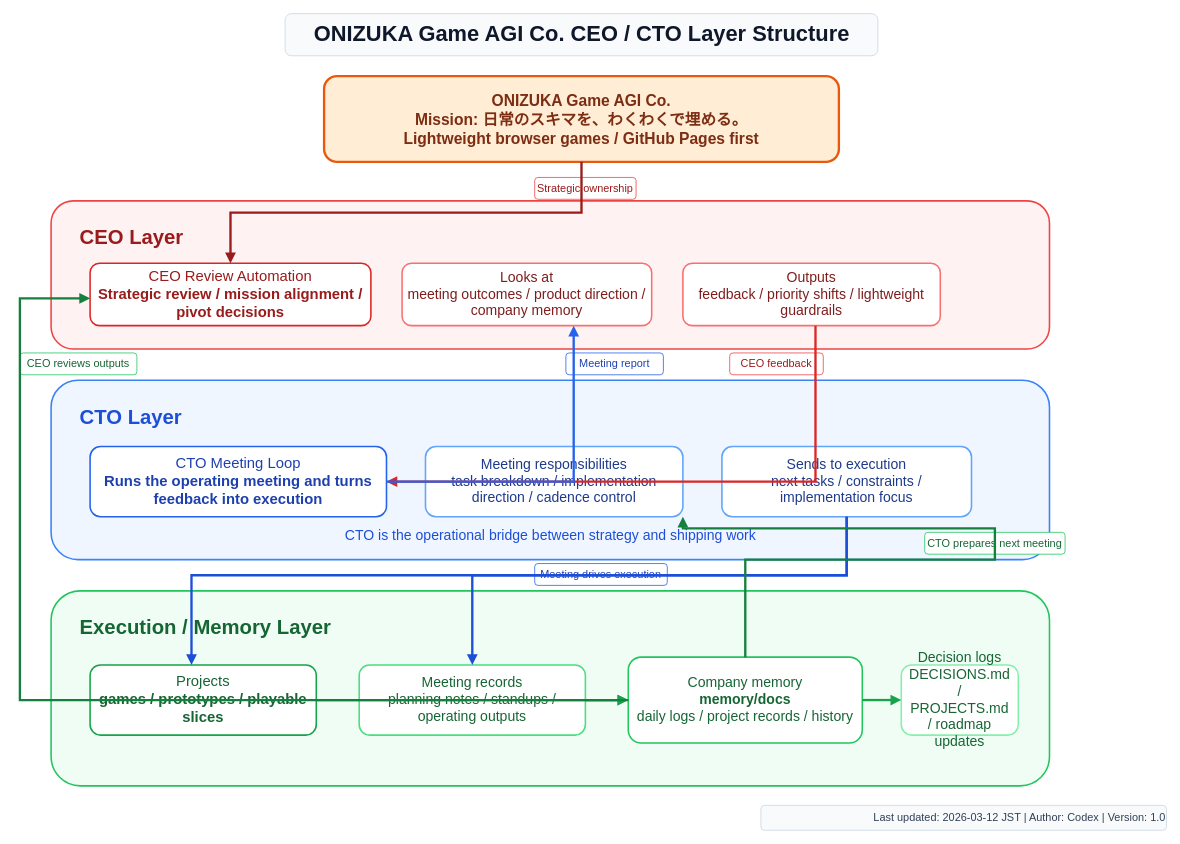
The draw.io diagram docs/onizuka-game-agi-company-layers.drawio in onizuka-agi-co/onizuka-game-agi-co, before the edit. Source tidied: cells renumbered, new cells numbered last; positions are measured from the earlier drawing's top-left corner, leaving out a move shared by most shapes. Both pictures are drawn from the tidied source at 78%, with x=0, y=0 at pixel (20, 13).
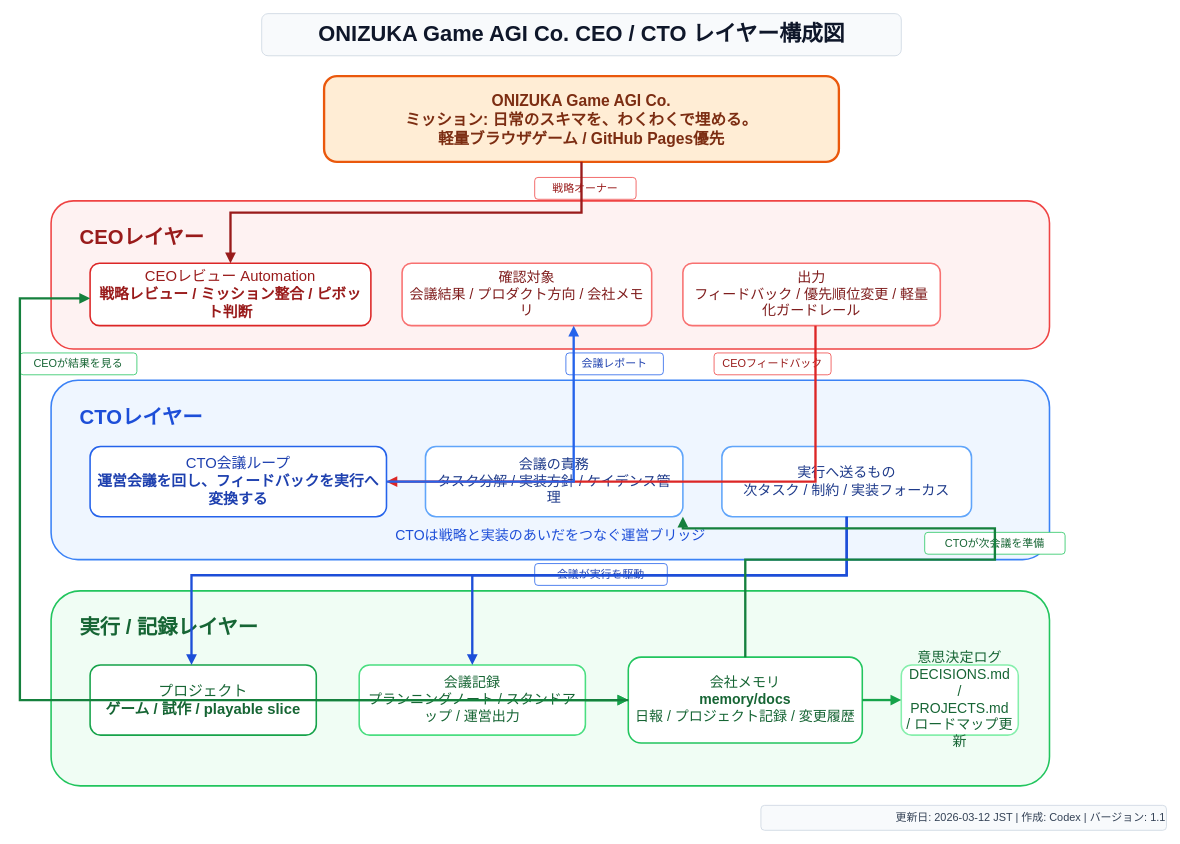
After the change.

Commit message (it also covers changes not shown here):
🧪 Add SVG overlap checker for company diagram

Change to the diagram source:
```diff
@@
     <mxCell id="2" style="rounded=1;whiteSpace=wrap;html=1;fillColor=#f8fafc;strokeColor=#cbd5e1;strokeWidth=1;" parent="1" vertex="1">
-      <mxGeometry x="340" width="760" height="54" as="geometry" />
+      <mxGeometry x="310" width="820" height="54" as="geometry" />
     </mxCell>
-    <mxCell id="3" value="ONIZUKA Game AGI Co. CEO / CTO Layer Structure" style="text;html=1;strokeColor=none;fillColor=none;align=center;verticalAlign=middle;fontSize=28;fontStyle=1;fontFamily=Noto Sans JP;fontColor=#0f172a;" parent="1" vertex="1">
-      <mxGeometry x="310" y="6" width="820" height="40" as="geometry" />
+    <mxCell id="3" value="ONIZUKA Game AGI Co. CEO / CTO レイヤー構成図" style="text;html=1;strokeColor=none;fillColor=none;align=center;verticalAlign=middle;fontSize=28;fontStyle=1;fontFamily=Noto Sans JP;fontColor=#0f172a;" parent="1" vertex="1">
+      <mxGeometry x="270" y="6" width="900" height="40" as="geometry" />
     </mxCell>
-    <mxCell id="4" value="&lt;b&gt;ONIZUKA Game AGI Co.&lt;/b&gt;&lt;br&gt;Mission: 日常のスキマを、わくわくで埋める。&lt;br&gt;Lightweight browser games / GitHub Pages first" style="rounded=1;whiteSpace=wrap;html=1;fillColor=#ffedd5;strokeColor=#ea580c;strokeWidth=3;fontSize=20;fontStyle=1;fontFamily=Noto Sans JP;fontColor=#7c2d12;align=center;verticalAlign=middle;spacing=10;" parent="1" vertex="1">
+    <mxCell id="4" value="&lt;b&gt;ONIZUKA Game AGI Co.&lt;/b&gt;&lt;br&gt;ミッション: 日常のスキマを、わくわくで埋める。&lt;br&gt;軽量ブラウザゲーム / GitHub Pages優先" style="rounded=1;whiteSpace=wrap;html=1;fillColor=#ffedd5;strokeColor=#ea580c;strokeWidth=3;fontSize=20;fontStyle=1;fontFamily=Noto Sans JP;fontColor=#7c2d12;align=center;verticalAlign=middle;spacing=10;" parent="1" vertex="1">
       <mxGeometry x="390" y="80" width="660" height="110" as="geometry" />
     </mxCell>
@@
-    <mxCell id="6" value="CEO Layer" style="text;html=1;strokeColor=none;fillColor=none;align=left;verticalAlign=middle;fontSize=26;fontStyle=1;fontFamily=Noto Sans JP;fontColor=#991b1b;" parent="1" vertex="1">
+    <mxCell id="6" value="CEOレイヤー" style="text;html=1;strokeColor=none;fillColor=none;align=left;verticalAlign=middle;fontSize=26;fontStyle=1;fontFamily=Noto Sans JP;fontColor=#991b1b;" parent="1" vertex="1">
       <mxGeometry x="75" y="270" width="260" height="34" as="geometry" />
     </mxCell>
-    <mxCell id="7" value="CEO Review Automation&lt;br&gt;&lt;b&gt;Strategic review / mission alignment / pivot decisions&lt;/b&gt;" style="rounded=1;whiteSpace=wrap;html=1;fillColor=#ffffff;strokeColor=#dc2626;strokeWidth=2;fontSize=19;fontFamily=Noto Sans JP;fontColor=#991b1b;align=center;verticalAlign=middle;spacing=8;" parent="1" vertex="1">
+    <mxCell id="7" value="CEOレビュー Automation&lt;br&gt;&lt;b&gt;戦略レビュー / ミッション整合 / ピボット判断&lt;/b&gt;" style="rounded=1;whiteSpace=wrap;html=1;fillColor=#ffffff;strokeColor=#dc2626;strokeWidth=2;fontSize=19;fontFamily=Noto Sans JP;fontColor=#991b1b;align=center;verticalAlign=middle;spacing=8;" parent="1" vertex="1">
       <mxGeometry x="90" y="320" width="360" height="80" as="geometry" />
     </mxCell>
-    <mxCell id="8" value="Looks at&lt;br&gt;meeting outcomes / product direction / company memory" style="rounded=1;whiteSpace=wrap;html=1;fillColor=#ffffff;strokeColor=#f87171;strokeWidth=2;fontSize=18;fontFamily=Noto Sans JP;fontColor=#7f1d1d;align=center;verticalAlign=middle;spacing=8;" parent="1" vertex="1">
+    <mxCell id="8" value="確認対象&lt;br&gt;会議結果 / プロダクト方向 / 会社メモリ" style="rounded=1;whiteSpace=wrap;html=1;fillColor=#ffffff;strokeColor=#f87171;strokeWidth=2;fontSize=18;fontFamily=Noto Sans JP;fontColor=#7f1d1d;align=center;verticalAlign=middle;spacing=8;" parent="1" vertex="1">
       <mxGeometry x="490" y="320" width="320" height="80" as="geometry" />
     </mxCell>
-    <mxCell id="9" value="Outputs&lt;br&gt;feedback / priority shifts / lightweight guardrails" style="rounded=1;whiteSpace=wrap;html=1;fillColor=#ffffff;strokeColor=#f87171;strokeWidth=2;fontSize=18;fontFamily=Noto Sans JP;fontColor=#7f1d1d;align=center;verticalAlign=middle;spacing=8;" parent="1" vertex="1">
+    <mxCell id="9" value="出力&lt;br&gt;フィードバック / 優先順位変更 / 軽量化ガードレール" style="rounded=1;whiteSpace=wrap;html=1;fillColor=#ffffff;strokeColor=#f87171;strokeWidth=2;fontSize=18;fontFamily=Noto Sans JP;fontColor=#7f1d1d;align=center;verticalAlign=middle;spacing=8;" parent="1" vertex="1">
       <mxGeometry x="850" y="320" width="330" height="80" as="geometry" />
     </mxCell>
@@
-    <mxCell id="11" value="CTO Layer" style="text;html=1;strokeColor=none;fillColor=none;align=left;verticalAlign=middle;fontSize=26;fontStyle=1;fontFamily=Noto Sans JP;fontColor=#1d4ed8;" parent="1" vertex="1">
+    <mxCell id="11" value="CTOレイヤー" style="text;html=1;strokeColor=none;fillColor=none;align=left;verticalAlign=middle;fontSize=26;fontStyle=1;fontFamily=Noto Sans JP;fontColor=#1d4ed8;" parent="1" vertex="1">
       <mxGeometry x="75" y="500" width="260" height="34" as="geometry" />
     </mxCell>
-    <mxCell id="12" value="CTO Meeting Loop&lt;br&gt;&lt;b&gt;Runs the operating meeting and turns feedback into execution&lt;/b&gt;" style="rounded=1;whiteSpace=wrap;html=1;fillColor=#ffffff;strokeColor=#2563eb;strokeWidth=2;fontSize=19;fontFamily=Noto Sans JP;fontColor=#1e40af;align=center;verticalAlign=middle;spacing=8;" parent="1" vertex="1">
+    <mxCell id="12" value="CTO会議ループ&lt;br&gt;&lt;b&gt;運営会議を回し、フィードバックを実行へ変換する&lt;/b&gt;" style="rounded=1;whiteSpace=wrap;html=1;fillColor=#ffffff;strokeColor=#2563eb;strokeWidth=2;fontSize=19;fontFamily=Noto Sans JP;fontColor=#1e40af;align=center;verticalAlign=middle;spacing=8;" parent="1" vertex="1">
       <mxGeometry x="90" y="555" width="380" height="90" as="geometry" />
     </mxCell>
-    <mxCell id="13" value="Meeting responsibilities&lt;br&gt;task breakdown / implementation direction / cadence control" style="rounded=1;whiteSpace=wrap;html=1;fillColor=#ffffff;strokeColor=#60a5fa;strokeWidth=2;fontSize=18;fontFamily=Noto Sans JP;fontColor=#1e3a8a;align=center;verticalAlign=middle;spacing=8;" parent="1" vertex="1">
+    <mxCell id="13" value="会議の責務&lt;br&gt;タスク分解 / 実装方針 / ケイデンス管理" style="rounded=1;whiteSpace=wrap;html=1;fillColor=#ffffff;strokeColor=#60a5fa;strokeWidth=2;fontSize=18;fontFamily=Noto Sans JP;fontColor=#1e3a8a;align=center;verticalAlign=middle;spacing=8;" parent="1" vertex="1">
       <mxGeometry x="520" y="555" width="330" height="90" as="geometry" />
     </mxCell>
-    <mxCell id="14" value="Sends to execution&lt;br&gt;next tasks / constraints / implementation focus" style="rounded=1;whiteSpace=wrap;html=1;fillColor=#ffffff;strokeColor=#60a5fa;strokeWidth=2;fontSize=18;fontFamily=Noto Sans JP;fontColor=#1e3a8a;align=center;verticalAlign=middle;spacing=8;" parent="1" vertex="1">
+    <mxCell id="14" value="実行へ送るもの&lt;br&gt;次タスク / 制約 / 実装フォーカス" style="rounded=1;whiteSpace=wrap;html=1;fillColor=#ffffff;strokeColor=#60a5fa;strokeWidth=2;fontSize=18;fontFamily=Noto Sans JP;fontColor=#1e3a8a;align=center;verticalAlign=middle;spacing=8;" parent="1" vertex="1">
       <mxGeometry x="900" y="555" width="320" height="90" as="geometry" />
     </mxCell>
-    <mxCell id="15" value="CTO is the operational bridge between strategy and shipping work" style="text;html=1;strokeColor=none;fillColor=none;align=center;verticalAlign=middle;fontSize=18;fontFamily=Noto Sans JP;fontColor=#1d4ed8;" parent="1" vertex="1">
+    <mxCell id="15" value="CTOは戦略と実装のあいだをつなぐ運営ブリッジ" style="text;html=1;strokeColor=none;fillColor=none;align=center;verticalAlign=middle;fontSize=18;fontFamily=Noto Sans JP;fontColor=#1d4ed8;" parent="1" vertex="1">
       <mxGeometry x="330" y="655" width="700" height="28" as="geometry" />
     </mxCell>
@@
-    <mxCell id="17" value="Execution / Memory Layer" style="text;html=1;strokeColor=none;fillColor=none;align=left;verticalAlign=middle;fontSize=26;fontStyle=1;fontFamily=Noto Sans JP;fontColor=#166534;" parent="1" vertex="1">
+    <mxCell id="17" value="実行 / 記録レイヤー" style="text;html=1;strokeColor=none;fillColor=none;align=left;verticalAlign=middle;fontSize=26;fontStyle=1;fontFamily=Noto Sans JP;fontColor=#166534;" parent="1" vertex="1">
       <mxGeometry x="75" y="770" width="420" height="34" as="geometry" />
     </mxCell>
-    <mxCell id="18" value="Projects&lt;br&gt;&lt;b&gt;games / prototypes / playable slices&lt;/b&gt;" style="rounded=1;whiteSpace=wrap;html=1;fillColor=#ffffff;strokeColor=#16a34a;strokeWidth=2;fontSize=19;fontFamily=Noto Sans JP;fontColor=#166534;align=center;verticalAlign=middle;spacing=8;" parent="1" vertex="1">
+    <mxCell id="18" value="プロジェクト&lt;br&gt;&lt;b&gt;ゲーム / 試作 / playable slice&lt;/b&gt;" style="rounded=1;whiteSpace=wrap;html=1;fillColor=#ffffff;strokeColor=#16a34a;strokeWidth=2;fontSize=19;fontFamily=Noto Sans JP;fontColor=#166534;align=center;verticalAlign=middle;spacing=8;" parent="1" vertex="1">
       <mxGeometry x="90" y="835" width="290" height="90" as="geometry" />
     </mxCell>
-    <mxCell id="19" value="Meeting records&lt;br&gt;planning notes / standups / operating outputs" style="rounded=1;whiteSpace=wrap;html=1;fillColor=#ffffff;strokeColor=#4ade80;strokeWidth=2;fontSize=18;fontFamily=Noto Sans JP;fontColor=#166534;align=center;verticalAlign=middle;spacing=8;" parent="1" vertex="1">
+    <mxCell id="19" value="会議記録&lt;br&gt;プランニングノート / スタンドアップ / 運営出力" style="rounded=1;whiteSpace=wrap;html=1;fillColor=#ffffff;strokeColor=#4ade80;strokeWidth=2;fontSize=18;fontFamily=Noto Sans JP;fontColor=#166534;align=center;verticalAlign=middle;spacing=8;" parent="1" vertex="1">
       <mxGeometry x="435" y="835" width="290" height="90" as="geometry" />
     </mxCell>
-    <mxCell id="20" value="Company memory&lt;br&gt;&lt;b&gt;memory/docs&lt;/b&gt;&lt;br&gt;daily logs / project records / history" style="rounded=1;whiteSpace=wrap;html=1;fillColor=#ffffff;strokeColor=#22c55e;strokeWidth=2;fontSize=18;fontFamily=Noto Sans JP;fontColor=#166534;align=center;verticalAlign=middle;spacing=8;" parent="1" vertex="1">
+    <mxCell id="20" value="会社メモリ&lt;br&gt;&lt;b&gt;memory/docs&lt;/b&gt;&lt;br&gt;日報 / プロジェクト記録 / 変更履歴" style="rounded=1;whiteSpace=wrap;html=1;fillColor=#ffffff;strokeColor=#22c55e;strokeWidth=2;fontSize=18;fontFamily=Noto Sans JP;fontColor=#166534;align=center;verticalAlign=middle;spacing=8;" parent="1" vertex="1">
       <mxGeometry x="780" y="825" width="300" height="110" as="geometry" />
     </mxCell>
-    <mxCell id="21" value="Decision logs&lt;br&gt;DECISIONS.md / PROJECTS.md / roadmap updates" style="rounded=1;whiteSpace=wrap;html=1;fillColor=#ffffff;strokeColor=#86efac;strokeWidth=2;fontSize=18;fontFamily=Noto Sans JP;fontColor=#166534;align=center;verticalAlign=middle;spacing=8;" parent="1" vertex="1">
+    <mxCell id="21" value="意思決定ログ&lt;br&gt;DECISIONS.md / PROJECTS.md / ロードマップ更新" style="rounded=1;whiteSpace=wrap;html=1;fillColor=#ffffff;strokeColor=#86efac;strokeWidth=2;fontSize=18;fontFamily=Noto Sans JP;fontColor=#166534;align=center;verticalAlign=middle;spacing=8;" parent="1" vertex="1">
       <mxGeometry x="1130" y="835" width="150" height="90" as="geometry" />
     </mxCell>
-    <mxCell id="22" value="Strategic ownership" style="rounded=1;whiteSpace=wrap;html=1;fillColor=#ffffff;strokeColor=#ef4444;strokeWidth=1;fontSize=14;fontFamily=Noto Sans JP;fontColor=#991b1b;align=center;verticalAlign=middle;" parent="1" vertex="1">
+    <mxCell id="22" value="戦略オーナー" style="rounded=1;whiteSpace=wrap;html=1;fillColor=#ffffff;strokeColor=#ef4444;strokeWidth=1;fontSize=14;fontFamily=Noto Sans JP;fontColor=#991b1b;align=center;verticalAlign=middle;" parent="1" vertex="1">
       <mxGeometry x="660" y="210" width="130" height="28" as="geometry" />
     </mxCell>
-    <mxCell id="23" value="CEO feedback" style="rounded=1;whiteSpace=wrap;html=1;fillColor=#ffffff;strokeColor=#ef4444;strokeWidth=1;fontSize=14;fontFamily=Noto Sans JP;fontColor=#991b1b;align=center;verticalAlign=middle;" parent="1" vertex="1">
-      <mxGeometry x="910" y="435" width="120" height="28" as="geometry" />
+    <mxCell id="23" value="CEOフィードバック" style="rounded=1;whiteSpace=wrap;html=1;fillColor=#ffffff;strokeColor=#ef4444;strokeWidth=1;fontSize=14;fontFamily=Noto Sans JP;fontColor=#991b1b;align=center;verticalAlign=middle;" parent="1" vertex="1">
+      <mxGeometry x="890" y="435" width="150" height="28" as="geometry" />
     </mxCell>
-    <mxCell id="24" value="Meeting report" style="rounded=1;whiteSpace=wrap;html=1;fillColor=#ffffff;strokeColor=#2563eb;strokeWidth=1;fontSize=14;fontFamily=Noto Sans JP;fontColor=#1e40af;align=center;verticalAlign=middle;" parent="1" vertex="1">
+    <mxCell id="24" value="会議レポート" style="rounded=1;whiteSpace=wrap;html=1;fillColor=#ffffff;strokeColor=#2563eb;strokeWidth=1;fontSize=14;fontFamily=Noto Sans JP;fontColor=#1e40af;align=center;verticalAlign=middle;" parent="1" vertex="1">
       <mxGeometry x="700" y="435" width="125" height="28" as="geometry" />
     </mxCell>
-    <mxCell id="25" value="Meeting drives execution" style="rounded=1;whiteSpace=wrap;html=1;fillColor=#ffffff;strokeColor=#2563eb;strokeWidth=1;fontSize=14;fontFamily=Noto Sans JP;fontColor=#1e40af;align=center;verticalAlign=middle;" parent="1" vertex="1">
+    <mxCell id="25" value="会議が実行を駆動" style="rounded=1;whiteSpace=wrap;html=1;fillColor=#ffffff;strokeColor=#2563eb;strokeWidth=1;fontSize=14;fontFamily=Noto Sans JP;fontColor=#1e40af;align=center;verticalAlign=middle;" parent="1" vertex="1">
       <mxGeometry x="660" y="705" width="170" height="28" as="geometry" />
     </mxCell>
-    <mxCell id="26" value="CEO reviews outputs" style="rounded=1;whiteSpace=wrap;html=1;fillColor=#ffffff;strokeColor=#22c55e;strokeWidth=1;fontSize=14;fontFamily=Noto Sans JP;fontColor=#166534;align=center;verticalAlign=middle;" parent="1" vertex="1">
+    <mxCell id="26" value="CEOが結果を見る" style="rounded=1;whiteSpace=wrap;html=1;fillColor=#ffffff;strokeColor=#22c55e;strokeWidth=1;fontSize=14;fontFamily=Noto Sans JP;fontColor=#166534;align=center;verticalAlign=middle;" parent="1" vertex="1">
       <mxGeometry y="435" width="150" height="28" as="geometry" />
     </mxCell>
-    <mxCell id="27" value="CTO prepares next meeting" style="rounded=1;whiteSpace=wrap;html=1;fillColor=#ffffff;strokeColor=#22c55e;strokeWidth=1;fontSize=14;fontFamily=Noto Sans JP;fontColor=#166534;align=center;verticalAlign=middle;" parent="1" vertex="1">
+    <mxCell id="27" value="CTOが次会議を準備" style="rounded=1;whiteSpace=wrap;html=1;fillColor=#ffffff;strokeColor=#22c55e;strokeWidth=1;fontSize=14;fontFamily=Noto Sans JP;fontColor=#166534;align=center;verticalAlign=middle;" parent="1" vertex="1">
       <mxGeometry x="1160" y="665" width="180" height="28" as="geometry" />
     </mxCell>
@@
-    <mxCell id="39" value="Last updated: 2026-03-12 JST | Author: Codex | Version: 1.0" style="text;html=1;strokeColor=none;fillColor=none;align=right;verticalAlign=middle;fontSize=14;fontFamily=Noto Sans JP;fontColor=#334155;" parent="1" vertex="1">
+    <mxCell id="39" value="更新日: 2026-03-12 JST | 作成: Codex | バージョン: 1.1" style="text;html=1;strokeColor=none;fillColor=none;align=right;verticalAlign=middle;fontSize=14;fontFamily=Noto Sans JP;fontColor=#334155;" parent="1" vertex="1">
       <mxGeometry x="940" y="1019" width="530" height="24" as="geometry" />
     </mxCell>
```
